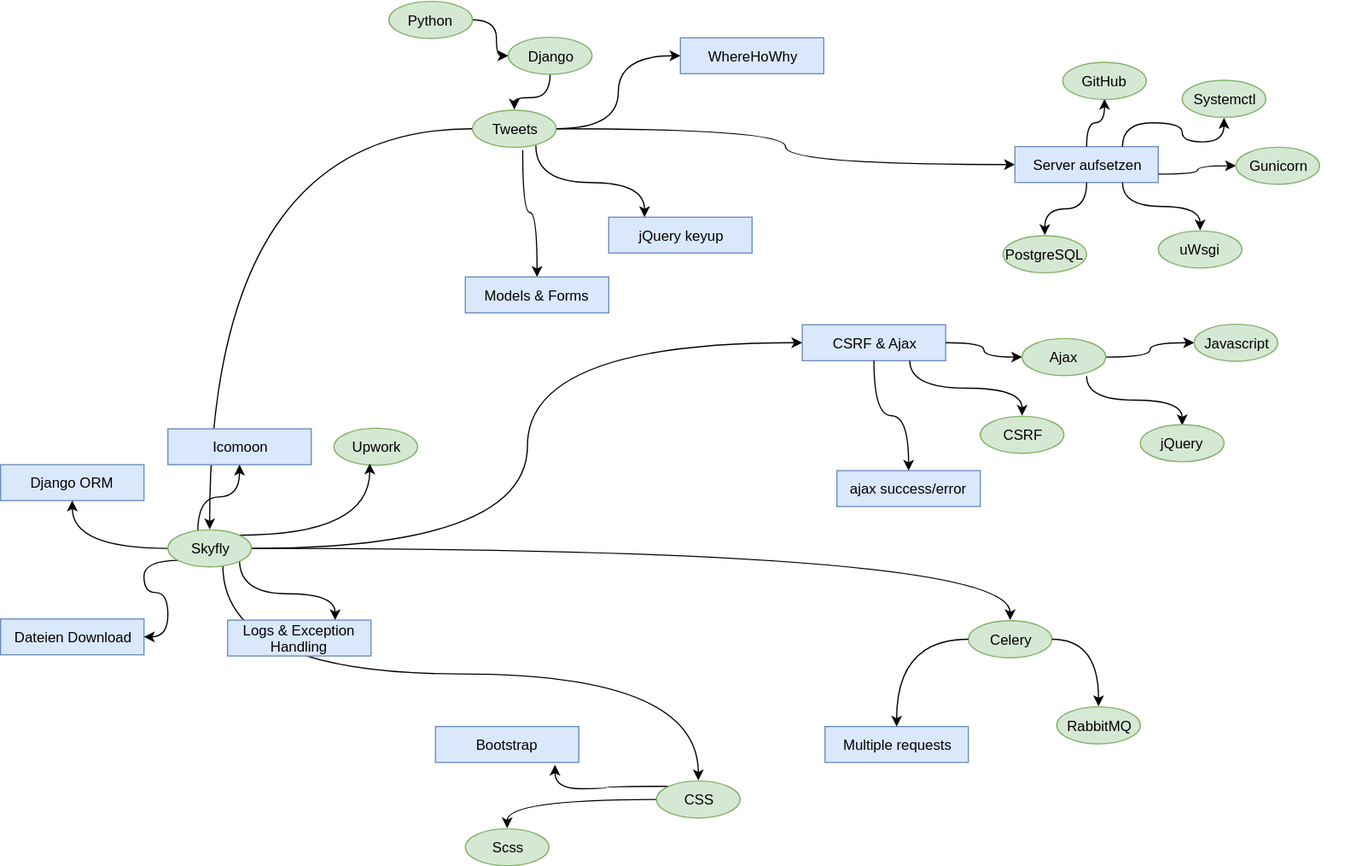
The draw.io diagram static/img/KnowledgeTree.svg in VictorMovileanu/WhereHoWhy, before a commit. Source tidied: cells renumbered, new cells last; positions are measured from the earlier drawing's top-left corner, leaving out a move shared by most shapes.
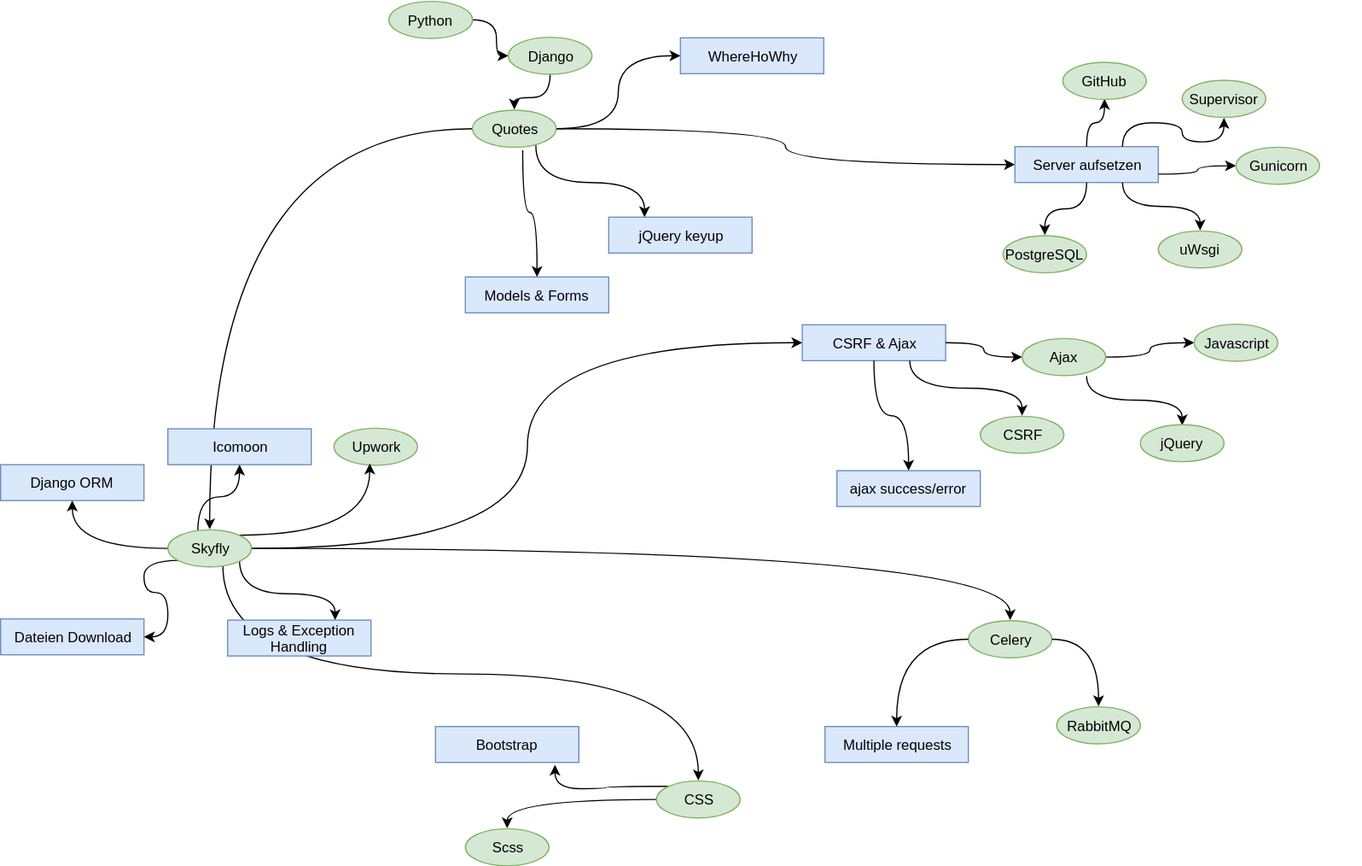
Above is the later version.

Commit message:
added SVG knowledge map

Change to the diagram source:
```diff
@@ -83,7 +83,7 @@
     <mxCell id="28" value="Django" style="ellipse;whiteSpace=wrap;html=1;fillColor=#d5e8d4;strokeColor=#82b366;" parent="1" vertex="1">
       <mxGeometry x="425" y="30" width="70" height="31" as="geometry" />
     </mxCell>
-    <mxCell id="29" value="Tweets" style="ellipse;whiteSpace=wrap;html=1;fillColor=#d5e8d4;strokeColor=#82b366;" parent="1" vertex="1">
+    <mxCell id="29" value="Quotes" style="ellipse;whiteSpace=wrap;html=1;fillColor=#d5e8d4;strokeColor=#82b366;" parent="1" vertex="1">
       <mxGeometry x="394.5" y="91" width="70" height="31" as="geometry" />
     </mxCell>
     <mxCell id="30" value="Server aufsetzen" style="rounded=0;whiteSpace=wrap;html=1;fillColor=#dae8fc;strokeColor=#6c8ebf;" parent="1" vertex="1">
@@ -181,7 +181,7 @@
     <mxCell id="60" value="RabbitMQ" style="ellipse;whiteSpace=wrap;html=1;fillColor=#d5e8d4;strokeColor=#82b366;" parent="1" vertex="1">
       <mxGeometry x="884" y="590" width="70" height="31" as="geometry" />
     </mxCell>
-    <mxCell id="61" value="Systemctl" style="ellipse;whiteSpace=wrap;html=1;fillColor=#d5e8d4;strokeColor=#82b366;" parent="1" vertex="1">
+    <mxCell id="61" value="Supervisor" style="ellipse;whiteSpace=wrap;html=1;fillColor=#d5e8d4;strokeColor=#82b366;" parent="1" vertex="1">
       <mxGeometry x="989" y="66.5" width="70" height="31" as="geometry" />
     </mxCell>
   </root>
```
